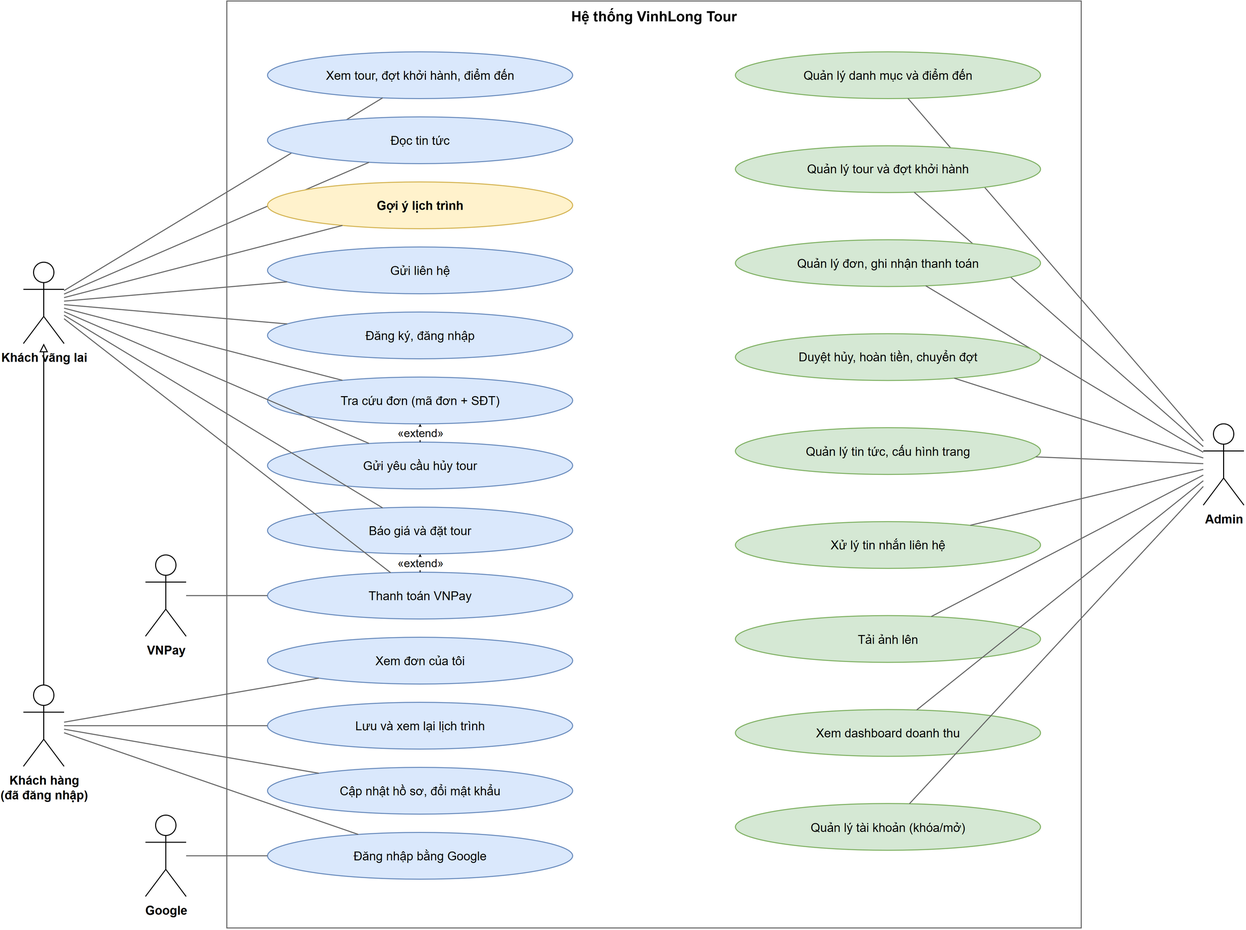
This is docs/diagrams/use-case.drawio.png from phdinh254/vinhlong-travel, a draw.io export, as it was before one commit. Source tidied: cells renumbered, new cells last; positions are measured from the earlier drawing's top-left corner, leaving out a move shared by most shapes. Its diagram source:
```xml
<mxGraphModel>
  <root>
    <mxCell id="0" />
    <mxCell id="1" parent="0" />
    <mxCell id="2" value="Hệ thống VinhLong Tour" style="rounded=0;whiteSpace=wrap;html=1;fillColor=none;verticalAlign=top;fontStyle=1;fontSize=14;strokeColor=#666666;" parent="1" vertex="1">
      <mxGeometry x="200" width="840" height="912" as="geometry" />
    </mxCell>
    <mxCell id="3" value="Khách vãng lai" style="shape=umlActor;verticalLabelPosition=bottom;verticalAlign=top;html=1;outlineConnect=0;fontStyle=1;" parent="1" vertex="1">
      <mxGeometry y="257" width="40" height="80" as="geometry" />
    </mxCell>
    <mxCell id="4" value="Khách hàng&#10;(đã đăng nhập)" style="shape=umlActor;verticalLabelPosition=bottom;verticalAlign=top;html=1;outlineConnect=0;fontStyle=1;" parent="1" vertex="1">
      <mxGeometry y="673" width="40" height="80" as="geometry" />
    </mxCell>
    <mxCell id="5" value="Admin" style="shape=umlActor;verticalLabelPosition=bottom;verticalAlign=top;html=1;outlineConnect=0;fontStyle=1;" parent="1" vertex="1">
      <mxGeometry x="1160" y="416" width="40" height="80" as="geometry" />
    </mxCell>
    <mxCell id="6" value="VNPay" style="shape=umlActor;verticalLabelPosition=bottom;verticalAlign=top;html=1;outlineConnect=0;fontStyle=1;" parent="1" vertex="1">
      <mxGeometry x="120" y="545" width="40" height="80" as="geometry" />
    </mxCell>
    <mxCell id="7" value="Google" style="shape=umlActor;verticalLabelPosition=bottom;verticalAlign=top;html=1;outlineConnect=0;fontStyle=1;" parent="1" vertex="1">
      <mxGeometry x="120" y="801" width="40" height="80" as="geometry" />
    </mxCell>
    <mxCell id="8" style="endArrow=block;endFill=0;html=1;" parent="1" edge="1" source="4" target="3">
      <mxGeometry relative="1" as="geometry" />
    </mxCell>
    <mxCell id="9" value="Xem tour, đợt khởi hành, điểm đến" style="ellipse;whiteSpace=wrap;html=1;fillColor=#dae8fc;strokeColor=#6c8ebf;fontSize=12;" parent="1" vertex="1">
      <mxGeometry x="240" y="50" width="300" height="46" as="geometry" />
    </mxCell>
    <mxCell id="10" style="endArrow=none;html=1;strokeColor=#666666;" parent="1" edge="1" source="3" target="9">
      <mxGeometry relative="1" as="geometry" />
    </mxCell>
    <mxCell id="11" value="Đọc tin tức" style="ellipse;whiteSpace=wrap;html=1;fillColor=#dae8fc;strokeColor=#6c8ebf;fontSize=12;" parent="1" vertex="1">
      <mxGeometry x="240" y="114" width="300" height="46" as="geometry" />
    </mxCell>
    <mxCell id="12" style="endArrow=none;html=1;strokeColor=#666666;" parent="1" edge="1" source="3" target="11">
      <mxGeometry relative="1" as="geometry" />
    </mxCell>
    <mxCell id="13" value="Gợi ý lịch trình" style="ellipse;whiteSpace=wrap;html=1;fillColor=#fff2cc;strokeColor=#d6b656;fontSize=12;fontStyle=1;" parent="1" vertex="1">
      <mxGeometry x="240" y="178" width="300" height="46" as="geometry" />
    </mxCell>
    <mxCell id="14" style="endArrow=none;html=1;strokeColor=#666666;" parent="1" edge="1" source="3" target="13">
      <mxGeometry relative="1" as="geometry" />
    </mxCell>
    <mxCell id="15" value="Gửi liên hệ" style="ellipse;whiteSpace=wrap;html=1;fillColor=#dae8fc;strokeColor=#6c8ebf;fontSize=12;" parent="1" vertex="1">
      <mxGeometry x="240" y="242" width="300" height="46" as="geometry" />
    </mxCell>
    <mxCell id="16" style="endArrow=none;html=1;strokeColor=#666666;" parent="1" edge="1" source="3" target="15">
      <mxGeometry relative="1" as="geometry" />
    </mxCell>
    <mxCell id="17" value="Đăng ký, đăng nhập" style="ellipse;whiteSpace=wrap;html=1;fillColor=#dae8fc;strokeColor=#6c8ebf;fontSize=12;" parent="1" vertex="1">
      <mxGeometry x="240" y="306" width="300" height="46" as="geometry" />
    </mxCell>
    <mxCell id="18" style="endArrow=none;html=1;strokeColor=#666666;" parent="1" edge="1" source="3" target="17">
      <mxGeometry relative="1" as="geometry" />
    </mxCell>
    <mxCell id="19" value="Tra cứu đơn (mã đơn + SĐT)" style="ellipse;whiteSpace=wrap;html=1;fillColor=#dae8fc;strokeColor=#6c8ebf;fontSize=12;" parent="1" vertex="1">
      <mxGeometry x="240" y="370" width="300" height="46" as="geometry" />
    </mxCell>
    <mxCell id="20" style="endArrow=none;html=1;strokeColor=#666666;" parent="1" edge="1" source="3" target="19">
      <mxGeometry relative="1" as="geometry" />
    </mxCell>
    <mxCell id="21" value="Gửi yêu cầu hủy tour" style="ellipse;whiteSpace=wrap;html=1;fillColor=#dae8fc;strokeColor=#6c8ebf;fontSize=12;" parent="1" vertex="1">
      <mxGeometry x="240" y="434" width="300" height="46" as="geometry" />
    </mxCell>
    <mxCell id="22" style="endArrow=none;html=1;strokeColor=#666666;" parent="1" edge="1" source="3" target="21">
      <mxGeometry relative="1" as="geometry" />
    </mxCell>
    <mxCell id="23" value="Báo giá và đặt tour" style="ellipse;whiteSpace=wrap;html=1;fillColor=#dae8fc;strokeColor=#6c8ebf;fontSize=12;" parent="1" vertex="1">
      <mxGeometry x="240" y="498" width="300" height="46" as="geometry" />
    </mxCell>
    <mxCell id="24" style="endArrow=none;html=1;strokeColor=#666666;" parent="1" edge="1" source="3" target="23">
      <mxGeometry relative="1" as="geometry" />
    </mxCell>
    <mxCell id="25" value="Thanh toán VNPay" style="ellipse;whiteSpace=wrap;html=1;fillColor=#dae8fc;strokeColor=#6c8ebf;fontSize=12;" parent="1" vertex="1">
      <mxGeometry x="240" y="562" width="300" height="46" as="geometry" />
    </mxCell>
    <mxCell id="26" style="endArrow=none;html=1;strokeColor=#666666;" parent="1" edge="1" source="3" target="25">
      <mxGeometry relative="1" as="geometry" />
    </mxCell>
    <mxCell id="27" value="Xem đơn của tôi" style="ellipse;whiteSpace=wrap;html=1;fillColor=#dae8fc;strokeColor=#6c8ebf;fontSize=12;" parent="1" vertex="1">
      <mxGeometry x="240" y="626" width="300" height="46" as="geometry" />
    </mxCell>
    <mxCell id="28" style="endArrow=none;html=1;strokeColor=#666666;" parent="1" edge="1" source="4" target="27">
      <mxGeometry relative="1" as="geometry" />
    </mxCell>
    <mxCell id="29" value="Lưu và xem lại lịch trình" style="ellipse;whiteSpace=wrap;html=1;fillColor=#dae8fc;strokeColor=#6c8ebf;fontSize=12;" parent="1" vertex="1">
      <mxGeometry x="240" y="690" width="300" height="46" as="geometry" />
    </mxCell>
    <mxCell id="30" style="endArrow=none;html=1;strokeColor=#666666;" parent="1" edge="1" source="4" target="29">
      <mxGeometry relative="1" as="geometry" />
    </mxCell>
    <mxCell id="31" value="Cập nhật hồ sơ, đổi mật khẩu" style="ellipse;whiteSpace=wrap;html=1;fillColor=#dae8fc;strokeColor=#6c8ebf;fontSize=12;" parent="1" vertex="1">
      <mxGeometry x="240" y="754" width="300" height="46" as="geometry" />
    </mxCell>
    <mxCell id="32" style="endArrow=none;html=1;strokeColor=#666666;" parent="1" edge="1" source="4" target="31">
      <mxGeometry relative="1" as="geometry" />
    </mxCell>
    <mxCell id="33" value="Đăng nhập bằng Google" style="ellipse;whiteSpace=wrap;html=1;fillColor=#dae8fc;strokeColor=#6c8ebf;fontSize=12;" parent="1" vertex="1">
      <mxGeometry x="240" y="818" width="300" height="46" as="geometry" />
    </mxCell>
    <mxCell id="34" style="endArrow=none;html=1;strokeColor=#666666;" parent="1" edge="1" source="4" target="33">
      <mxGeometry relative="1" as="geometry" />
    </mxCell>
    <mxCell id="35" value="Quản lý danh mục và điểm đến" style="ellipse;whiteSpace=wrap;html=1;fillColor=#d5e8d4;strokeColor=#82b366;fontSize=12;" parent="1" vertex="1">
      <mxGeometry x="700" y="50" width="300" height="46" as="geometry" />
    </mxCell>
    <mxCell id="36" style="endArrow=none;html=1;strokeColor=#666666;" parent="1" edge="1" source="5" target="35">
      <mxGeometry relative="1" as="geometry" />
    </mxCell>
    <mxCell id="37" value="Quản lý tour và đợt khởi hành" style="ellipse;whiteSpace=wrap;html=1;fillColor=#d5e8d4;strokeColor=#82b366;fontSize=12;" parent="1" vertex="1">
      <mxGeometry x="700" y="142.4" width="300" height="46" as="geometry" />
    </mxCell>
    <mxCell id="38" style="endArrow=none;html=1;strokeColor=#666666;" parent="1" edge="1" source="5" target="37">
      <mxGeometry relative="1" as="geometry" />
    </mxCell>
    <mxCell id="39" value="Quản lý đơn, ghi nhận thanh toán" style="ellipse;whiteSpace=wrap;html=1;fillColor=#d5e8d4;strokeColor=#82b366;fontSize=12;" parent="1" vertex="1">
      <mxGeometry x="700" y="234.9" width="300" height="46" as="geometry" />
    </mxCell>
    <mxCell id="40" style="endArrow=none;html=1;strokeColor=#666666;" parent="1" edge="1" source="5" target="39">
      <mxGeometry relative="1" as="geometry" />
    </mxCell>
    <mxCell id="41" value="Duyệt hủy, hoàn tiền, chuyển đợt" style="ellipse;whiteSpace=wrap;html=1;fillColor=#d5e8d4;strokeColor=#82b366;fontSize=12;" parent="1" vertex="1">
      <mxGeometry x="700" y="327.3" width="300" height="46" as="geometry" />
    </mxCell>
    <mxCell id="42" style="endArrow=none;html=1;strokeColor=#666666;" parent="1" edge="1" source="5" target="41">
      <mxGeometry relative="1" as="geometry" />
    </mxCell>
    <mxCell id="43" value="Quản lý tin tức, cấu hình trang" style="ellipse;whiteSpace=wrap;html=1;fillColor=#d5e8d4;strokeColor=#82b366;fontSize=12;" parent="1" vertex="1">
      <mxGeometry x="700" y="419.8" width="300" height="46" as="geometry" />
    </mxCell>
    <mxCell id="44" style="endArrow=none;html=1;strokeColor=#666666;" parent="1" edge="1" source="5" target="43">
      <mxGeometry relative="1" as="geometry" />
    </mxCell>
    <mxCell id="45" value="Xử lý tin nhắn liên hệ" style="ellipse;whiteSpace=wrap;html=1;fillColor=#d5e8d4;strokeColor=#82b366;fontSize=12;" parent="1" vertex="1">
      <mxGeometry x="700" y="512.2" width="300" height="46" as="geometry" />
    </mxCell>
    <mxCell id="46" style="endArrow=none;html=1;strokeColor=#666666;" parent="1" edge="1" source="5" target="45">
      <mxGeometry relative="1" as="geometry" />
    </mxCell>
    <mxCell id="47" value="Tải ảnh lên" style="ellipse;whiteSpace=wrap;html=1;fillColor=#d5e8d4;strokeColor=#82b366;fontSize=12;" parent="1" vertex="1">
      <mxGeometry x="700" y="604.7" width="300" height="46" as="geometry" />
    </mxCell>
    <mxCell id="48" style="endArrow=none;html=1;strokeColor=#666666;" parent="1" edge="1" source="5" target="47">
      <mxGeometry relative="1" as="geometry" />
    </mxCell>
    <mxCell id="49" value="Xem dashboard doanh thu" style="ellipse;whiteSpace=wrap;html=1;fillColor=#d5e8d4;strokeColor=#82b366;fontSize=12;" parent="1" vertex="1">
      <mxGeometry x="700" y="697.1" width="300" height="46" as="geometry" />
    </mxCell>
    <mxCell id="50" style="endArrow=none;html=1;strokeColor=#666666;" parent="1" edge="1" source="5" target="49">
      <mxGeometry relative="1" as="geometry" />
    </mxCell>
    <mxCell id="51" value="Quản lý tài khoản (khóa/mở)" style="ellipse;whiteSpace=wrap;html=1;fillColor=#d5e8d4;strokeColor=#82b366;fontSize=12;" parent="1" vertex="1">
      <mxGeometry x="700" y="789.6" width="300" height="46" as="geometry" />
    </mxCell>
    <mxCell id="52" style="endArrow=none;html=1;strokeColor=#666666;" parent="1" edge="1" source="5" target="51">
      <mxGeometry relative="1" as="geometry" />
    </mxCell>
    <mxCell id="53" style="endArrow=none;html=1;strokeColor=#666666;" parent="1" edge="1" source="6" target="25">
      <mxGeometry relative="1" as="geometry" />
    </mxCell>
    <mxCell id="54" style="endArrow=none;html=1;strokeColor=#666666;" parent="1" edge="1" source="7" target="33">
      <mxGeometry relative="1" as="geometry" />
    </mxCell>
    <mxCell id="55" value="«extend»" style="endArrow=open;dashed=1;html=1;fontSize=11;" parent="1" edge="1" source="25" target="23">
      <mxGeometry relative="1" as="geometry" />
    </mxCell>
    <mxCell id="56" value="«extend»" style="endArrow=open;dashed=1;html=1;fontSize=11;" parent="1" edge="1" source="21" target="19">
      <mxGeometry relative="1" as="geometry" />
    </mxCell>
  </root>
</mxGraphModel>
```
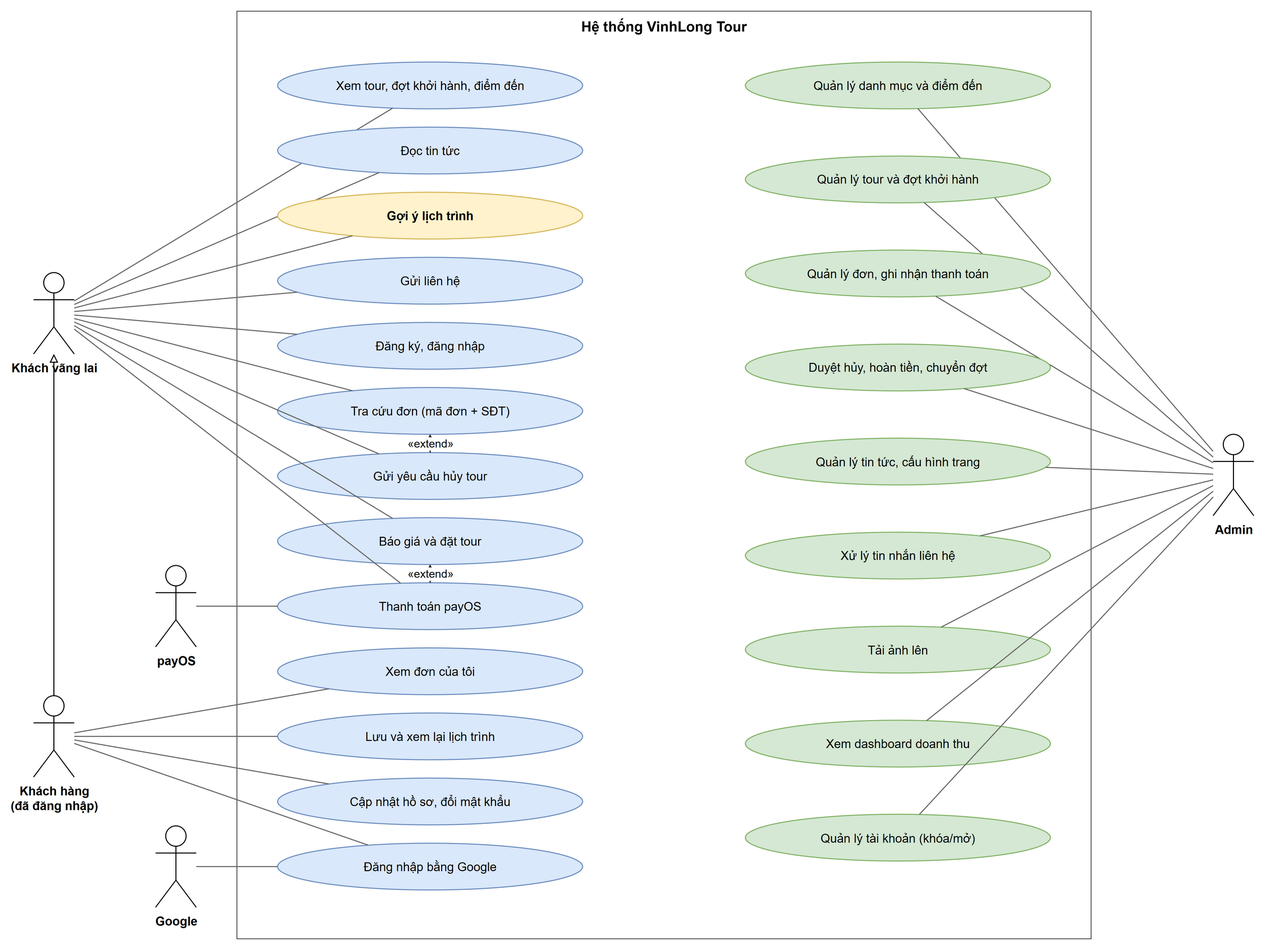
The same file after the commit.

Change to the diagram source:
```diff
@@ -14,7 +14,7 @@
     <mxCell id="5" value="Admin" style="shape=umlActor;verticalLabelPosition=bottom;verticalAlign=top;html=1;outlineConnect=0;fontStyle=1;" parent="1" vertex="1">
       <mxGeometry x="1160" y="416" width="40" height="80" as="geometry" />
     </mxCell>
-    <mxCell id="6" value="VNPay" style="shape=umlActor;verticalLabelPosition=bottom;verticalAlign=top;html=1;outlineConnect=0;fontStyle=1;" parent="1" vertex="1">
+    <mxCell id="6" value="payOS" style="shape=umlActor;verticalLabelPosition=bottom;verticalAlign=top;html=1;outlineConnect=0;fontStyle=1;" parent="1" vertex="1">
       <mxGeometry x="120" y="545" width="40" height="80" as="geometry" />
     </mxCell>
     <mxCell id="7" value="Google" style="shape=umlActor;verticalLabelPosition=bottom;verticalAlign=top;html=1;outlineConnect=0;fontStyle=1;" parent="1" vertex="1">
@@ -71,7 +71,7 @@
     <mxCell id="24" style="endArrow=none;html=1;strokeColor=#666666;" parent="1" edge="1" source="3" target="23">
       <mxGeometry relative="1" as="geometry" />
     </mxCell>
-    <mxCell id="25" value="Thanh toán VNPay" style="ellipse;whiteSpace=wrap;html=1;fillColor=#dae8fc;strokeColor=#6c8ebf;fontSize=12;" parent="1" vertex="1">
+    <mxCell id="25" value="Thanh toán payOS" style="ellipse;whiteSpace=wrap;html=1;fillColor=#dae8fc;strokeColor=#6c8ebf;fontSize=12;" parent="1" vertex="1">
       <mxGeometry x="240" y="562" width="300" height="46" as="geometry" />
     </mxCell>
     <mxCell id="26" style="endArrow=none;html=1;strokeColor=#666666;" parent="1" edge="1" source="3" target="25">
```
